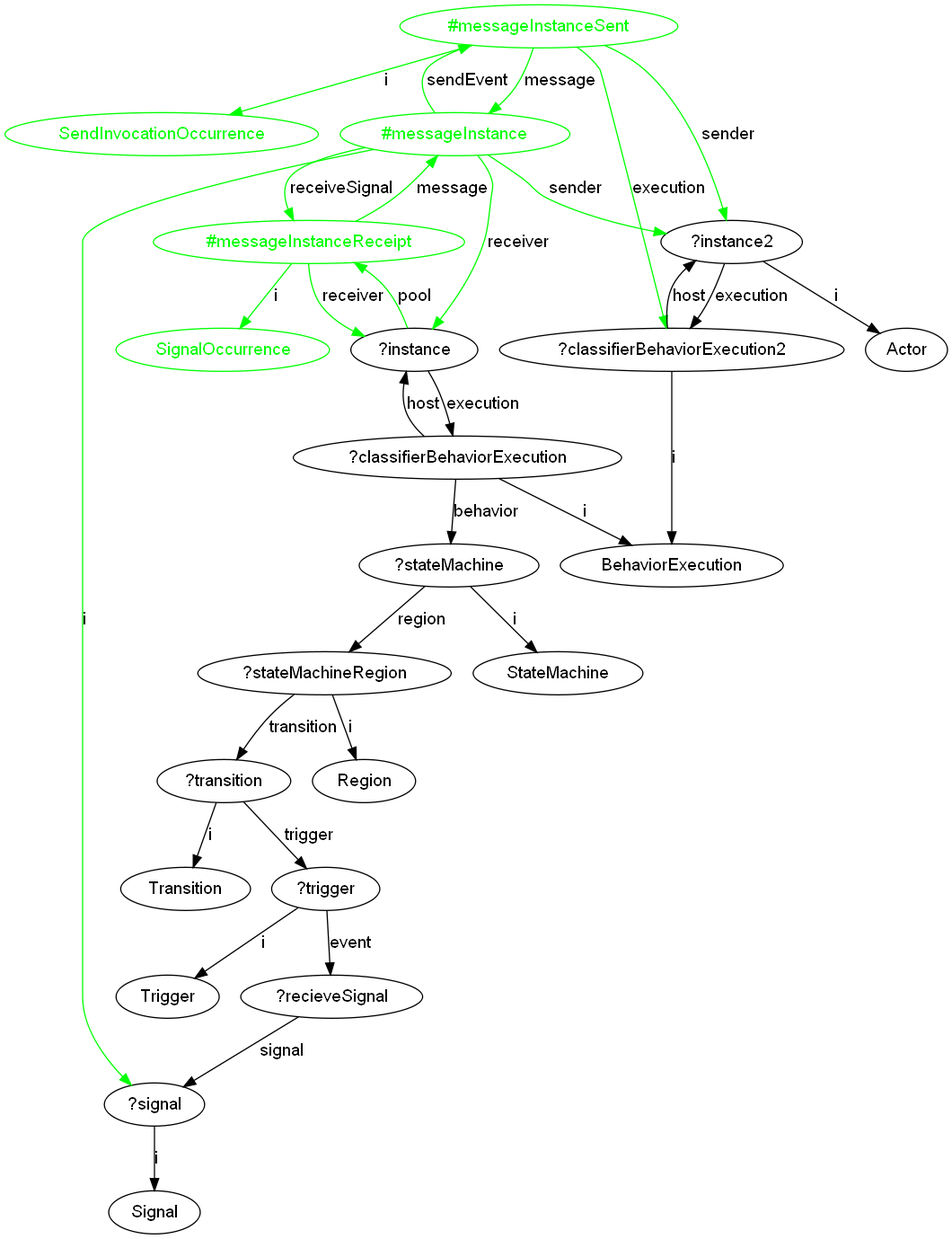
Above: GraphOutputs/actorSendSignal.dot.png in luisneiva/graf-framework (Graphviz), before the change. Its source is kept beside it as GraphOutputs/actorSendSignal.dot.
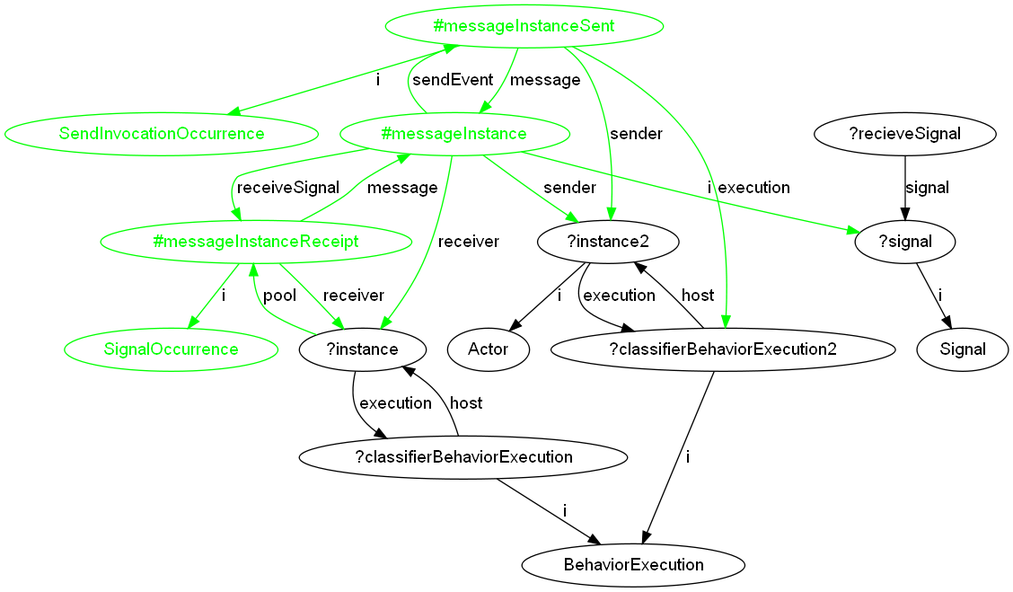
The same file after the commit.

Diff of the diagram source:
```diff
@@ -17,24 +17,15 @@
 	"#messageInstanceReceipt" -> "SignalOccurrence" [label="i", color="green"]
 	"#messageInstanceReceipt" [color="green", fontcolor="green"]
 	"SignalOccurrence" [color="green", fontcolor="green"]
-	"?transition" -> "Transition" [label="i"]
-	"?trigger" -> "Trigger" [label="i"]
 	"?recieveSignal" -> "?signal" [label="signal"]
 	"?signal" -> "Signal" [label="i"]
-	"?stateMachineRegion" -> "?transition" [label="transition"]
-	"?classifierBehaviorExecution" -> "?stateMachine" [label="behavior"]
 	"?classifierBehaviorExecution" -> "?instance" [label="host"]
 	"?instance" -> "?classifierBehaviorExecution" [label="execution"]
 	"?classifierBehaviorExecution2" -> "BehaviorExecution" [label="i"]
 	"?classifierBehaviorExecution2" -> "?instance2" [label="host"]
 	"?classifierBehaviorExecution" -> "BehaviorExecution" [label="i"]
-	"?stateMachine" -> "StateMachine" [label="i"]
-	"?stateMachineRegion" -> "Region" [label="i"]
 	"?instance2" -> "Actor" [label="i"]
 	"?instance2" -> "?classifierBehaviorExecution2" [label="execution"]
-	"?stateMachine" -> "?stateMachineRegion" [label="region"]
-	"?transition" -> "?trigger" [label="trigger"]
-	"?trigger" -> "?recieveSignal" [label="event"]
 	"#messageInstance" -> "?signal" [label="i", color="green"]
 	"#messageInstance" [color="green", fontcolor="green"]
 	"#messageInstanceReceipt" -> "?instance" [label="receiver", color="green"]
```
